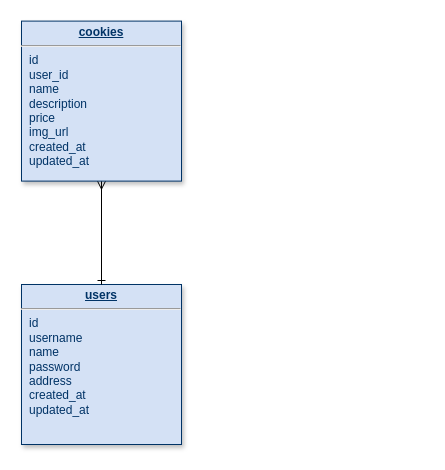
This is cookie.drawio from booyouon/cookieshoppe, a draw.io file, before an edit. Source tidied: cells renumbered, new cells numbered last; positions are measured from the earlier drawing's top-left corner, leaving out a move shared by most shapes. Both pictures are drawn from the tidied source at 100%, with x=0, y=0 at pixel (21, 21).
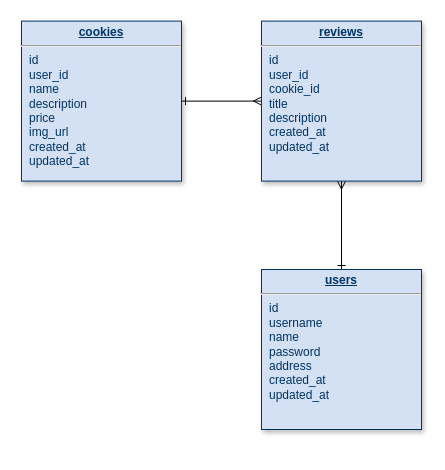
Above is the later version.

Diff of the diagram source:
```diff
@@
 <mxGraphModel>
   <root>
     <mxCell id="0" />
     <mxCell id="1" parent="0" />
     <mxCell id="2" value="&lt;p style=&quot;margin: 0px ; margin-top: 4px ; text-align: center ; text-decoration: underline&quot;&gt;&lt;b&gt;users&lt;/b&gt;&lt;/p&gt;&lt;hr&gt;&lt;p style=&quot;margin: 0px 0px 0px 8px&quot;&gt;id&lt;/p&gt;&lt;p style=&quot;margin: 0px 0px 0px 8px&quot;&gt;username&lt;/p&gt;&lt;p style=&quot;margin: 0px 0px 0px 8px&quot;&gt;name&lt;/p&gt;&lt;p style=&quot;margin: 0px 0px 0px 8px&quot;&gt;password&lt;/p&gt;&lt;p style=&quot;margin: 0px 0px 0px 8px&quot;&gt;address&lt;/p&gt;&lt;p style=&quot;margin: 0px 0px 0px 8px&quot;&gt;created_at&lt;/p&gt;&lt;p style=&quot;margin: 0px 0px 0px 8px&quot;&gt;updated_at&lt;/p&gt;" style="verticalAlign=top;align=left;overflow=fill;fontSize=12;fontFamily=Helvetica;html=1;strokeColor=#003366;shadow=1;fillColor=#D4E1F5;fontColor=#003366;" parent="1" vertex="1">
-      <mxGeometry y="263" width="160" height="160" as="geometry" />
+      <mxGeometry x="240" y="248" width="160" height="160" as="geometry" />
     </mxCell>
-    <mxCell id="3" style="edgeStyle=orthogonalEdgeStyle;rounded=0;jettySize=auto;html=1;startArrow=ERmany;startFill=0;endArrow=ERone;endFill=0;" parent="1" edge="1" source="4" target="2">
-      <mxGeometry relative="1" as="geometry" />
-    </mxCell>
+    <mxCell id="5" style="edgeStyle=orthogonalEdgeStyle;rounded=0;jettySize=auto;html=1;startArrow=ERone;startFill=0;endArrow=ERmany;endFill=0;" parent="1" edge="1" source="4" target="7">
+      <mxGeometry relative="1" as="geometry" />
+    </mxCell>
     <mxCell id="4" value="&lt;p style=&quot;margin: 0px ; margin-top: 4px ; text-align: center ; text-decoration: underline&quot;&gt;&lt;b&gt;cookies&lt;/b&gt;&lt;/p&gt;&lt;hr&gt;&lt;p style=&quot;margin: 0px ; margin-left: 8px&quot;&gt;id&lt;/p&gt;&lt;p style=&quot;margin: 0px ; margin-left: 8px&quot;&gt;user_id&lt;/p&gt;&lt;p style=&quot;margin: 0px ; margin-left: 8px&quot;&gt;name&lt;/p&gt;&lt;p style=&quot;margin: 0px ; margin-left: 8px&quot;&gt;description&lt;/p&gt;&lt;p style=&quot;margin: 0px ; margin-left: 8px&quot;&gt;price&lt;/p&gt;&lt;p style=&quot;margin: 0px ; margin-left: 8px&quot;&gt;img_url&lt;/p&gt;&lt;p style=&quot;margin: 0px ; margin-left: 8px&quot;&gt;created_at&lt;/p&gt;&lt;p style=&quot;margin: 0px ; margin-left: 8px&quot;&gt;updated_at&lt;/p&gt;&lt;p style=&quot;margin: 0px ; margin-left: 8px&quot;&gt;&lt;br&gt;&lt;/p&gt;" style="verticalAlign=top;align=left;overflow=fill;fontSize=12;fontFamily=Helvetica;html=1;strokeColor=#003366;shadow=1;fillColor=#D4E1F5;fontColor=#003366;" parent="1" vertex="1">
       <mxGeometry y="-0.4" width="160" height="160" as="geometry" />
     </mxCell>
+    <mxCell id="6" style="edgeStyle=orthogonalEdgeStyle;rounded=0;jettySize=auto;html=1;startArrow=ERmany;startFill=0;endArrow=ERone;endFill=0;" parent="1" edge="1" source="7" target="2">
+      <mxGeometry relative="1" as="geometry" />
+    </mxCell>
+    <mxCell id="7" value="&lt;p style=&quot;margin: 0px ; margin-top: 4px ; text-align: center ; text-decoration: underline&quot;&gt;&lt;b&gt;reviews&lt;/b&gt;&lt;/p&gt;&lt;hr&gt;&lt;p style=&quot;margin: 0px ; margin-left: 8px&quot;&gt;id&lt;/p&gt;&lt;p style=&quot;margin: 0px ; margin-left: 8px&quot;&gt;user_id&lt;/p&gt;&lt;p style=&quot;margin: 0px ; margin-left: 8px&quot;&gt;cookie_id&lt;/p&gt;&lt;p style=&quot;margin: 0px ; margin-left: 8px&quot;&gt;title&lt;/p&gt;&lt;p style=&quot;margin: 0px ; margin-left: 8px&quot;&gt;description&lt;/p&gt;&lt;p style=&quot;margin: 0px ; margin-left: 8px&quot;&gt;created_at&lt;/p&gt;&lt;p style=&quot;margin: 0px ; margin-left: 8px&quot;&gt;updated_at&lt;/p&gt;&lt;p style=&quot;margin: 0px ; margin-left: 8px&quot;&gt;&lt;br&gt;&lt;/p&gt;" style="verticalAlign=top;align=left;overflow=fill;fontSize=12;fontFamily=Helvetica;html=1;strokeColor=#003366;shadow=1;fillColor=#D4E1F5;fontColor=#003366;" parent="1" vertex="1">
+      <mxGeometry x="240" y="-0.4" width="160" height="160" as="geometry" />
+    </mxCell>
   </root>
 </mxGraphModel>
```
